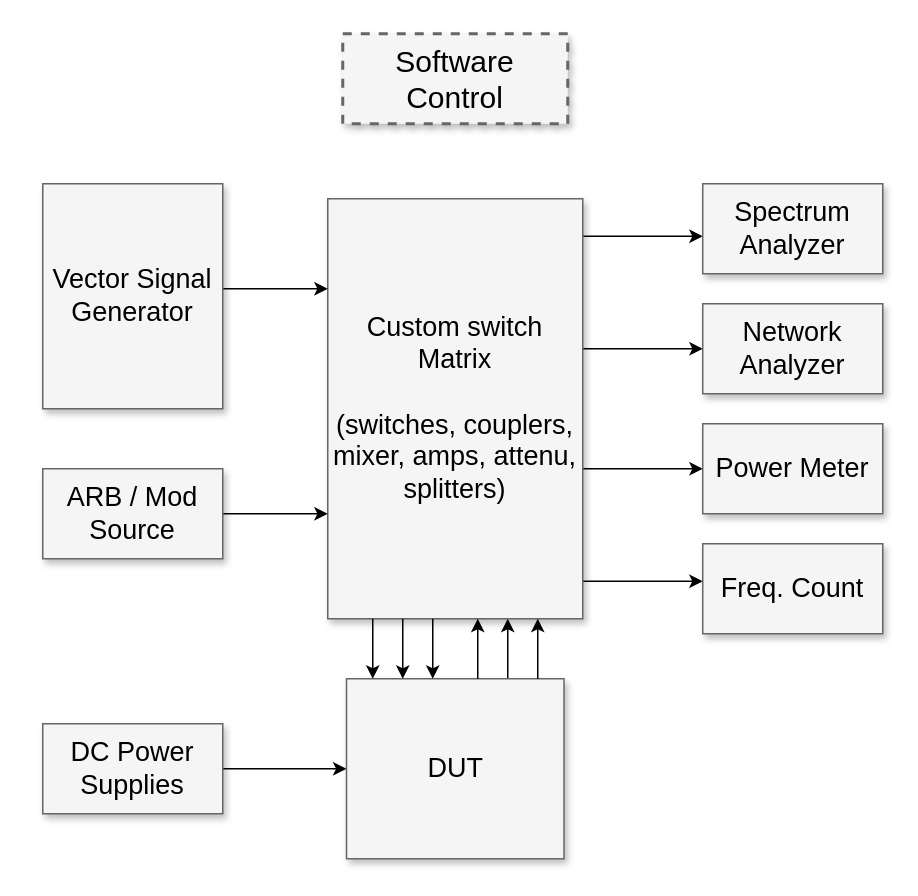
Earlier version of the draw.io diagram Arsitektur Aplikasi Barang.drawio (sourchib/Assessment-Sysadmin). Source tidied: cells renumbered, new cells numbered last; positions are measured from the earlier drawing's top-left corner, leaving out a move shared by most shapes. Both pictures are drawn from the tidied source at 150%, with x=0, y=0 at pixel (42, 33).
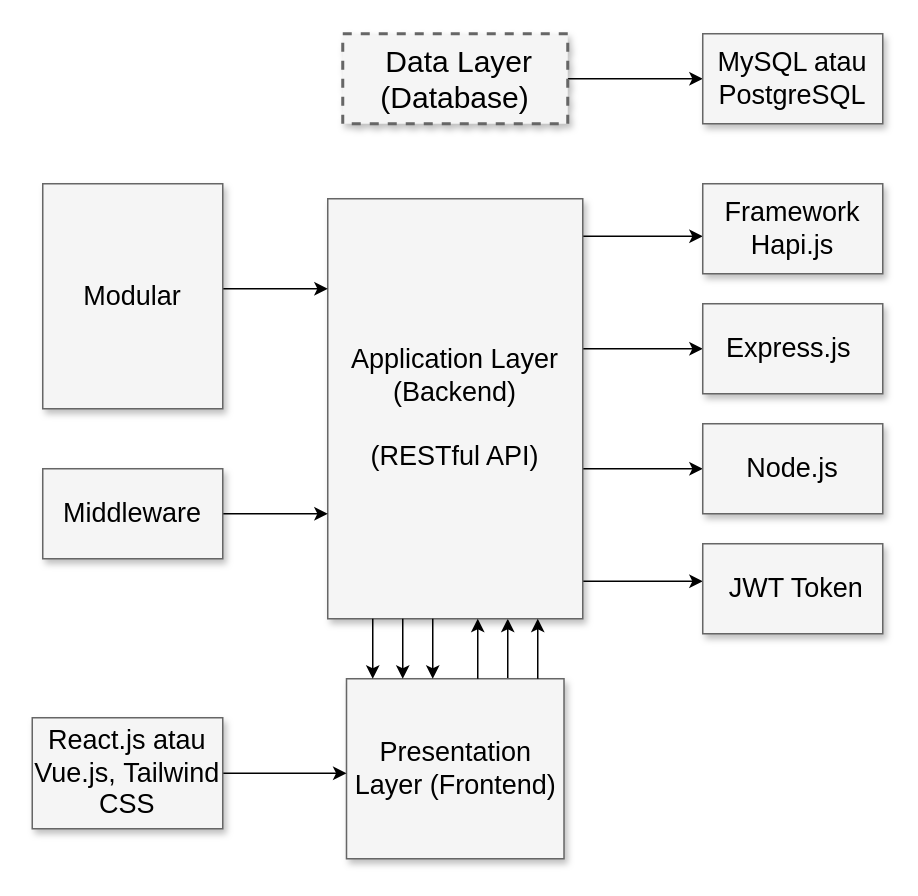
Above is the later version.

What changed in the source:
```diff
@@
+    <mxCell id="25" style="edgeStyle=orthogonalEdgeStyle;rounded=0;jettySize=auto;html=1;entryX=0;entryY=0.5;entryDx=0;entryDy=0;" parent="1" edge="1" source="2" target="26">
+      <mxGeometry relative="1" as="geometry" />
+    </mxCell>
-    <mxCell id="2" value="Software Control" style="whiteSpace=wrap;html=1;shadow=1;fontSize=20;fillColor=#f5f5f5;strokeColor=#666666;strokeWidth=2;dashed=1;" parent="1" vertex="1">
+    <mxCell id="2" value="&amp;nbsp;Data Layer (Database)" style="whiteSpace=wrap;html=1;shadow=1;fontSize=20;fillColor=#f5f5f5;strokeColor=#666666;strokeWidth=2;dashed=1;" parent="1" vertex="1">
       <mxGeometry x="200" width="150" height="60" as="geometry" />
     </mxCell>
@@
-    <mxCell id="8" value="Custom switch Matrix&lt;div&gt;&lt;br&gt;&lt;/div&gt;&lt;div&gt;(switches, couplers, mixer, amps, attenu, splitters)&lt;/div&gt;" style="whiteSpace=wrap;html=1;shadow=1;fontSize=18;fillColor=#f5f5f5;strokeColor=#666666;" parent="1" vertex="1">
+    <mxCell id="8" value="Application Layer (Backend)&lt;div&gt;&lt;br&gt;&lt;/div&gt;&lt;div&gt;(RESTful API)&lt;/div&gt;" style="whiteSpace=wrap;html=1;shadow=1;fontSize=18;fillColor=#f5f5f5;strokeColor=#666666;" parent="1" vertex="1">
       <mxGeometry x="190" y="110" width="170" height="280" as="geometry" />
     </mxCell>
-    <mxCell id="9" value="Spectrum Analyzer" style="whiteSpace=wrap;html=1;shadow=1;fontSize=18;fillColor=#f5f5f5;strokeColor=#666666;" parent="1" vertex="1">
+    <mxCell id="9" value="Framework Hapi.js" style="whiteSpace=wrap;html=1;shadow=1;fontSize=18;fillColor=#f5f5f5;strokeColor=#666666;" parent="1" vertex="1">
       <mxGeometry x="440" y="100" width="120" height="60" as="geometry" />
     </mxCell>
-    <mxCell id="10" value="Network Analyzer" style="whiteSpace=wrap;html=1;shadow=1;fontSize=18;fillColor=#f5f5f5;strokeColor=#666666;" parent="1" vertex="1">
+    <mxCell id="10" value="Express.js&amp;nbsp;" style="whiteSpace=wrap;html=1;shadow=1;fontSize=18;fillColor=#f5f5f5;strokeColor=#666666;" parent="1" vertex="1">
       <mxGeometry x="440" y="180" width="120" height="60" as="geometry" />
     </mxCell>
-    <mxCell id="11" value="Power Meter" style="whiteSpace=wrap;html=1;shadow=1;fontSize=18;fillColor=#f5f5f5;strokeColor=#666666;" parent="1" vertex="1">
+    <mxCell id="11" value="Node.js" style="whiteSpace=wrap;html=1;shadow=1;fontSize=18;fillColor=#f5f5f5;strokeColor=#666666;" parent="1" vertex="1">
       <mxGeometry x="440" y="260" width="120" height="60" as="geometry" />
     </mxCell>
-    <mxCell id="12" value="Freq. Count" style="whiteSpace=wrap;html=1;shadow=1;fontSize=18;fillColor=#f5f5f5;strokeColor=#666666;" parent="1" vertex="1">
+    <mxCell id="12" value="&amp;nbsp;JWT Token" style="whiteSpace=wrap;html=1;shadow=1;fontSize=18;fillColor=#f5f5f5;strokeColor=#666666;" parent="1" vertex="1">
       <mxGeometry x="440" y="340" width="120" height="60" as="geometry" />
     </mxCell>
@@
-    <mxCell id="14" value="Vector Signal Generator" style="whiteSpace=wrap;html=1;shadow=1;fontSize=18;fillColor=#f5f5f5;strokeColor=#666666;" parent="1" vertex="1">
+    <mxCell id="14" value="Modular" style="whiteSpace=wrap;html=1;shadow=1;fontSize=18;fillColor=#f5f5f5;strokeColor=#666666;" parent="1" vertex="1">
       <mxGeometry y="100" width="120" height="150" as="geometry" />
     </mxCell>
@@
-    <mxCell id="16" value="ARB / Mod Source" style="whiteSpace=wrap;html=1;shadow=1;fontSize=18;fillColor=#f5f5f5;strokeColor=#666666;" parent="1" vertex="1">
+    <mxCell id="16" value="Middleware" style="whiteSpace=wrap;html=1;shadow=1;fontSize=18;fillColor=#f5f5f5;strokeColor=#666666;" parent="1" vertex="1">
       <mxGeometry y="290" width="120" height="60" as="geometry" />
     </mxCell>
-    <mxCell id="17" value="DUT" style="whiteSpace=wrap;html=1;shadow=1;fontSize=18;fillColor=#f5f5f5;strokeColor=#666666;" parent="1" vertex="1">
+    <mxCell id="17" value="Presentation Layer (Frontend)" style="whiteSpace=wrap;html=1;shadow=1;fontSize=18;fillColor=#f5f5f5;strokeColor=#666666;" parent="1" vertex="1">
       <mxGeometry x="202.5" y="430" width="145" height="120" as="geometry" />
     </mxCell>
@@
-    <mxCell id="19" value="DC Power Supplies" style="whiteSpace=wrap;html=1;shadow=1;fontSize=18;fillColor=#f5f5f5;strokeColor=#666666;" parent="1" vertex="1">
-      <mxGeometry y="460" width="120" height="60" as="geometry" />
+    <mxCell id="19" value="React.js atau Vue.js,&amp;nbsp;Tailwind CSS" style="whiteSpace=wrap;html=1;shadow=1;fontSize=18;fillColor=#f5f5f5;strokeColor=#666666;" parent="1" vertex="1">
+      <mxGeometry x="-7" y="456" width="127" height="74" as="geometry" />
     </mxCell>
@@
+    <mxCell id="26" value="MySQL atau PostgreSQL" style="whiteSpace=wrap;html=1;shadow=1;fontSize=18;fillColor=#f5f5f5;strokeColor=#666666;" parent="1" vertex="1">
+      <mxGeometry x="440" width="120" height="60" as="geometry" />
+    </mxCell>
```
